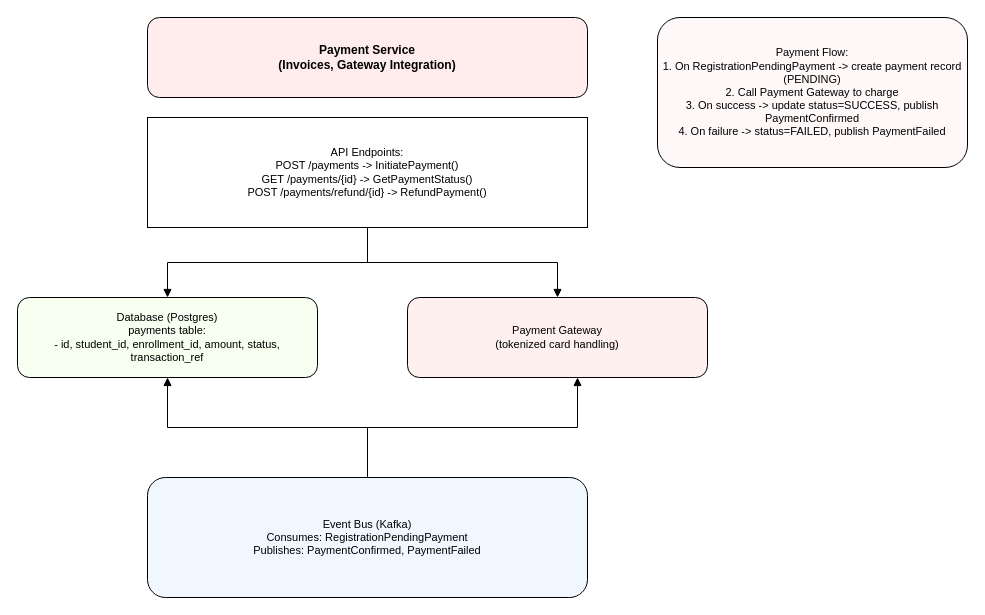
This is payment_service.drawio from 2024mt03579/ums-payment-service, a draw.io file, before an edit. Source tidied: cells renumbered, new cells numbered last; positions are measured from the earlier drawing's top-left corner, leaving out a move shared by most shapes. Both pictures are drawn from the tidied source at 100%, with x=0, y=0 at pixel (17, 17).
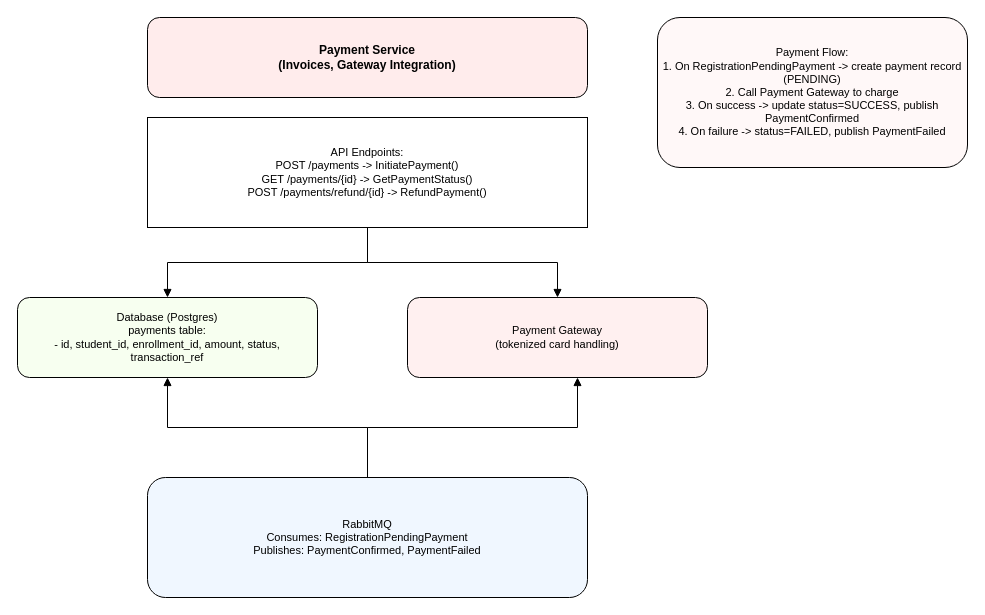
After the change.

Diff of the diagram source:
```diff
@@
 <mxGraphModel>
   <root>
     <mxCell id="0" />
     <mxCell id="1" parent="0" />
     <mxCell id="2" value="Payment Service&#10;(Invoices, Gateway Integration)" style="rounded=1;whiteSpace=wrap;html=1;fillColor=#FFECEC;strokeColor=#000000;fontSize=12;fontStyle=1;" parent="1" vertex="1">
       <mxGeometry x="130" width="440" height="80" as="geometry" />
     </mxCell>
     <mxCell id="3" value="API Endpoints:&#10;POST /payments -&gt; InitiatePayment()&#10;GET /payments/{id} -&gt; GetPaymentStatus()&#10;POST /payments/refund/{id} -&gt; RefundPayment()" style="rounded=0;whiteSpace=wrap;html=1;fillColor=#FFFFFF;strokeColor=#000000;fontSize=11;" parent="1" vertex="1">
       <mxGeometry x="130" y="100" width="440" height="110" as="geometry" />
     </mxCell>
     <mxCell id="4" value="Database (Postgres)&#10;payments table:&#10;- id, student_id, enrollment_id, amount, status, transaction_ref" style="rounded=1;whiteSpace=wrap;html=1;fillColor=#F7FFF0;strokeColor=#000000;fontSize=11;" parent="1" vertex="1">
       <mxGeometry y="280" width="300" height="80" as="geometry" />
     </mxCell>
     <mxCell id="5" value="Payment Gateway&lt;br&gt;(tokenized card handling)" style="rounded=1;whiteSpace=wrap;html=1;fillColor=#FFF0F0;strokeColor=#000000;fontSize=11;" parent="1" vertex="1">
       <mxGeometry x="390" y="280" width="300" height="80" as="geometry" />
     </mxCell>
-    <mxCell id="6" value="Event Bus (Kafka)&lt;br&gt;Consumes: RegistrationPendingPayment&lt;br&gt;Publishes: PaymentConfirmed, PaymentFailed" style="rounded=1;whiteSpace=wrap;html=1;fillColor=#F0F7FF;strokeColor=#000000;fontSize=11;" parent="1" vertex="1">
+    <mxCell id="6" value="RabbitMQ&lt;br&gt;Consumes: RegistrationPendingPayment&lt;br&gt;Publishes: PaymentConfirmed, PaymentFailed" style="rounded=1;whiteSpace=wrap;html=1;fillColor=#F0F7FF;strokeColor=#000000;fontSize=11;" parent="1" vertex="1">
       <mxGeometry x="130" y="460" width="440" height="120" as="geometry" />
     </mxCell>
     <mxCell id="7" value="Payment Flow:&#10;1. On RegistrationPendingPayment -&gt; create payment record (PENDING)&#10;2. Call Payment Gateway to charge&#10;3. On success -&gt; update status=SUCCESS, publish PaymentConfirmed&#10;4. On failure -&gt; status=FAILED, publish PaymentFailed" style="rounded=1;whiteSpace=wrap;html=1;fillColor=#FFF8F8;strokeColor=#000000;fontSize=11;" parent="1" vertex="1">
       <mxGeometry x="640" width="310" height="150" as="geometry" />
     </mxCell>
     <mxCell id="8" style="edgeStyle=orthogonalEdgeStyle;rounded=0;html=1;strokeColor=#000000;endArrow=block;" parent="1" edge="1" source="3" target="4">
       <mxGeometry relative="1" as="geometry" />
     </mxCell>
     <mxCell id="9" style="edgeStyle=orthogonalEdgeStyle;rounded=0;html=1;strokeColor=#000000;endArrow=block;" parent="1" edge="1" source="3" target="5">
       <mxGeometry relative="1" as="geometry" />
     </mxCell>
     <mxCell id="10" style="edgeStyle=orthogonalEdgeStyle;rounded=0;html=1;strokeColor=#000000;endArrow=block;" parent="1" edge="1" source="6" target="4">
       <mxGeometry relative="1" as="geometry" />
     </mxCell>
     <mxCell id="11" style="edgeStyle=orthogonalEdgeStyle;rounded=0;html=1;strokeColor=#000000;endArrow=block;" parent="1" edge="1" source="6" target="5">
       <mxGeometry relative="1" as="geometry">
         <Array as="points">
           <mxPoint x="350" y="410" />
           <mxPoint x="560" y="410" />
         </Array>
       </mxGeometry>
     </mxCell>
   </root>
 </mxGraphModel>
```
